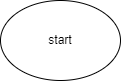
This is dia.drawio.png from OlgaChi93/practice_temp, a draw.io export, as it was before one commit. Source tidied: cells renumbered, new cells last; positions are measured from the earlier drawing's top-left corner, leaving out a move shared by most shapes.
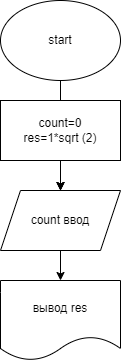
The same file after the commit.

Change to the diagram source:
```diff
@@ -2,8 +2,29 @@
   <root>
     <mxCell id="0" />
     <mxCell id="1" parent="0" />
+    <mxCell id="3" style="edgeStyle=none;html=1;" parent="1" edge="1" source="2" target="8">
+      <mxGeometry relative="1" as="geometry" />
+    </mxCell>
+    <mxCell id="4" style="edgeStyle=none;html=1;" parent="1" edge="1" source="2" target="8">
+      <mxGeometry relative="1" as="geometry" />
+    </mxCell>
     <mxCell id="2" value="start" style="ellipse;whiteSpace=wrap;html=1;" parent="1" vertex="1">
       <mxGeometry width="120" height="80" as="geometry" />
     </mxCell>
+    <mxCell id="5" style="edgeStyle=none;html=1;" parent="1" edge="1" source="6" target="8">
+      <mxGeometry relative="1" as="geometry" />
+    </mxCell>
+    <mxCell id="6" value="count=0&lt;br&gt;res=1*sqrt (2)" style="rounded=0;whiteSpace=wrap;html=1;" parent="1" vertex="1">
+      <mxGeometry y="100" width="120" height="60" as="geometry" />
+    </mxCell>
+    <mxCell id="7" style="edgeStyle=none;html=1;" parent="1" edge="1" source="8" target="9">
+      <mxGeometry relative="1" as="geometry" />
+    </mxCell>
+    <mxCell id="8" value="count ввод" style="shape=parallelogram;perimeter=parallelogramPerimeter;whiteSpace=wrap;html=1;fixedSize=1;" parent="1" vertex="1">
+      <mxGeometry y="190" width="120" height="60" as="geometry" />
+    </mxCell>
+    <mxCell id="9" value="вывод res" style="shape=document;whiteSpace=wrap;html=1;boundedLbl=1;" parent="1" vertex="1">
+      <mxGeometry y="280" width="120" height="80" as="geometry" />
+    </mxCell>
   </root>
 </mxGraphModel>
```
